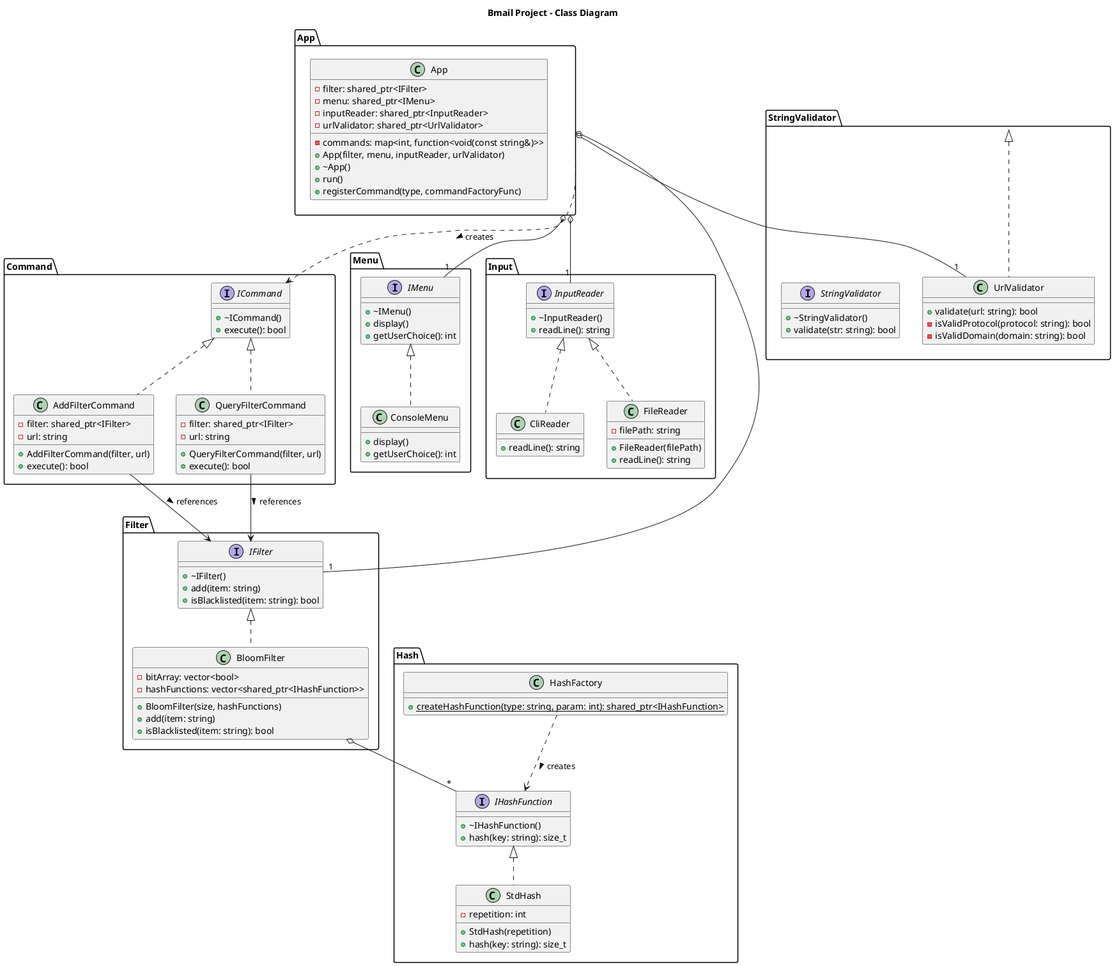
Before: assets/bmail.png, a diagram exported from PlantUML (nav1s/Bmail).
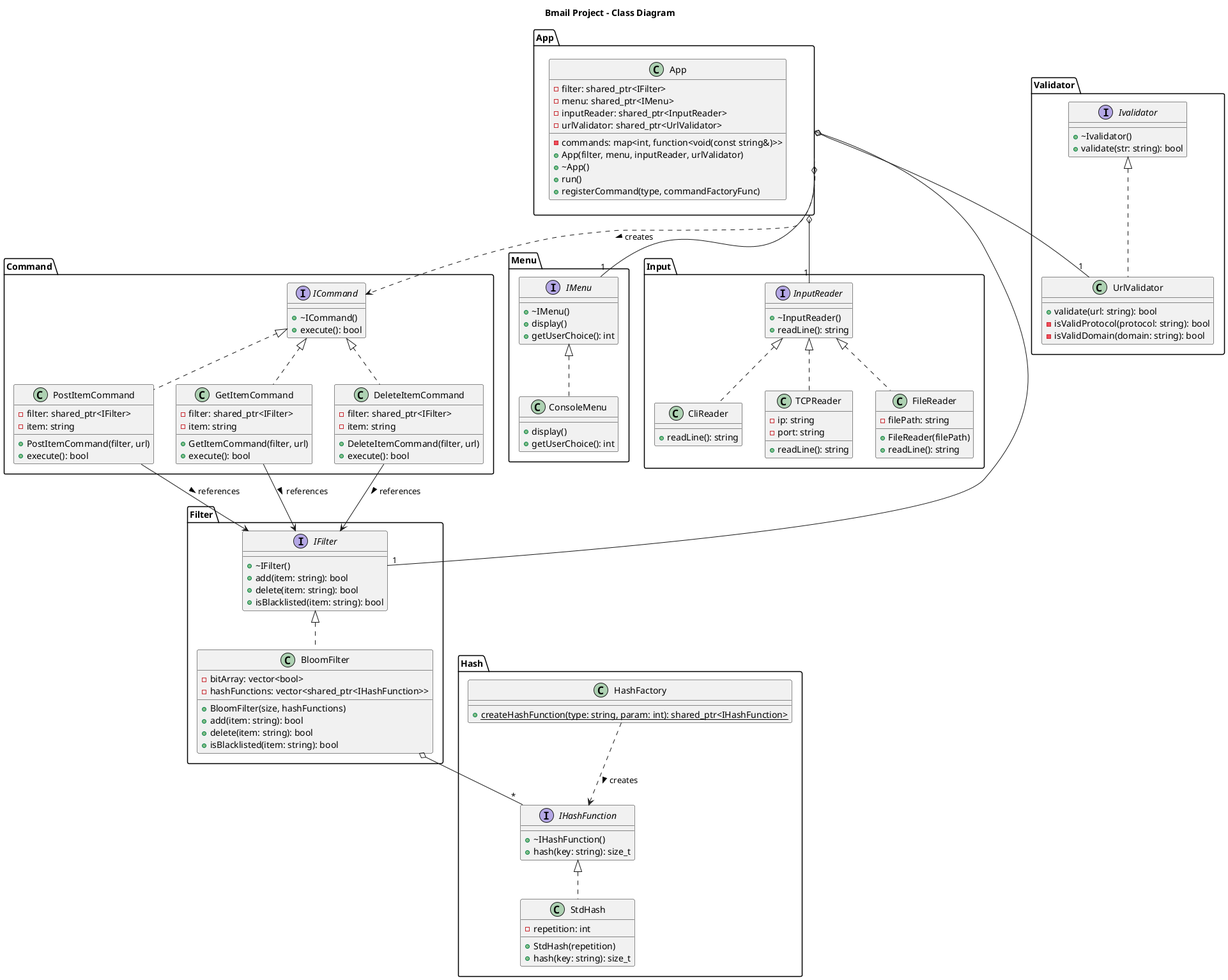
Later version of the same file.

Commit message:
update uml diagram

The edit, as a diff of the source:
```diff
@@ -1,4 +1,4 @@
-@startuml Bmail
+@startuml bmail
 
 title Bmail Project - Class Diagram
 
@@ -19,7 +19,8 @@
 package Filter {
   interface IFilter {
     + ~IFilter()
-    + add(item: string)
+    + add(item: string): bool
+    + delete(item: string): bool
     + isBlacklisted(item: string): bool
   }
 
@@ -27,7 +28,8 @@
     - bitArray: vector<bool>
     - hashFunctions: vector<shared_ptr<IHashFunction>>
     + BloomFilter(size, hashFunctions)
-    + add(item: string)
+    + add(item: string): bool
+    + delete(item: string): bool
     + isBlacklisted(item: string): bool
   }
 }
@@ -55,17 +57,24 @@
     + execute(): bool
   }
 
-  class AddFilterCommand {
+  class PostItemCommand {
     - filter: shared_ptr<IFilter>
-    - url: string
-    + AddFilterCommand(filter, url)
+    - item: string
+    + PostItemCommand(filter, url)
     + execute(): bool
   }
 
-  class QueryFilterCommand {
+  class GetItemCommand {
     - filter: shared_ptr<IFilter>
-    - url: string
-    + QueryFilterCommand(filter, url)
+    - item: string
+    + GetItemCommand(filter, url)
+    + execute(): bool
+  }
+
+  class DeleteItemCommand {
+    - filter: shared_ptr<IFilter>
+    - item: string
+    + DeleteItemCommand(filter, url)
     + execute(): bool
   }
 }
@@ -93,6 +102,12 @@
     + readLine(): string
   }
 
+  class TCPReader {
+    - ip: string
+    - port: string
+    + readLine(): string
+  }
+
   class FileReader {
     - filePath: string
     + FileReader(filePath)
@@ -100,9 +115,9 @@
   }
 }
 
-package StringValidator {
-  interface StringValidator {
-    + ~StringValidator()
+package Validator {
+  interface Ivalidator {
+    + ~Ivalidator()
     + validate(str: string): bool
   }
 
@@ -115,12 +130,14 @@
 
 IFilter <|.. BloomFilter
 IHashFunction <|.. StdHash
-ICommand <|.. AddFilterCommand
-ICommand <|.. QueryFilterCommand
+ICommand <|.. PostItemCommand
+ICommand <|.. GetItemCommand
+ICommand <|.. DeleteItemCommand
 IMenu <|.. ConsoleMenu
 InputReader <|.. CliReader
 InputReader <|.. FileReader
-StringValidator <|.. UrlValidator
+InputReader <|.. TCPReader
+Ivalidator <|.. UrlValidator
 
 App o-- "1" IFilter
 App o-- "1" IMenu
@@ -128,8 +145,9 @@
 App o-- "1" UrlValidator
 App ..> ICommand : creates >
 BloomFilter o-- "*" IHashFunction
-AddFilterCommand --> IFilter : references >
-QueryFilterCommand --> IFilter : references >
+PostItemCommand --> IFilter : references >
+GetItemCommand --> IFilter : references >
+DeleteItemCommand --> IFilter : references >
 HashFactory ..> IHashFunction : creates >
 
 @enduml
```
